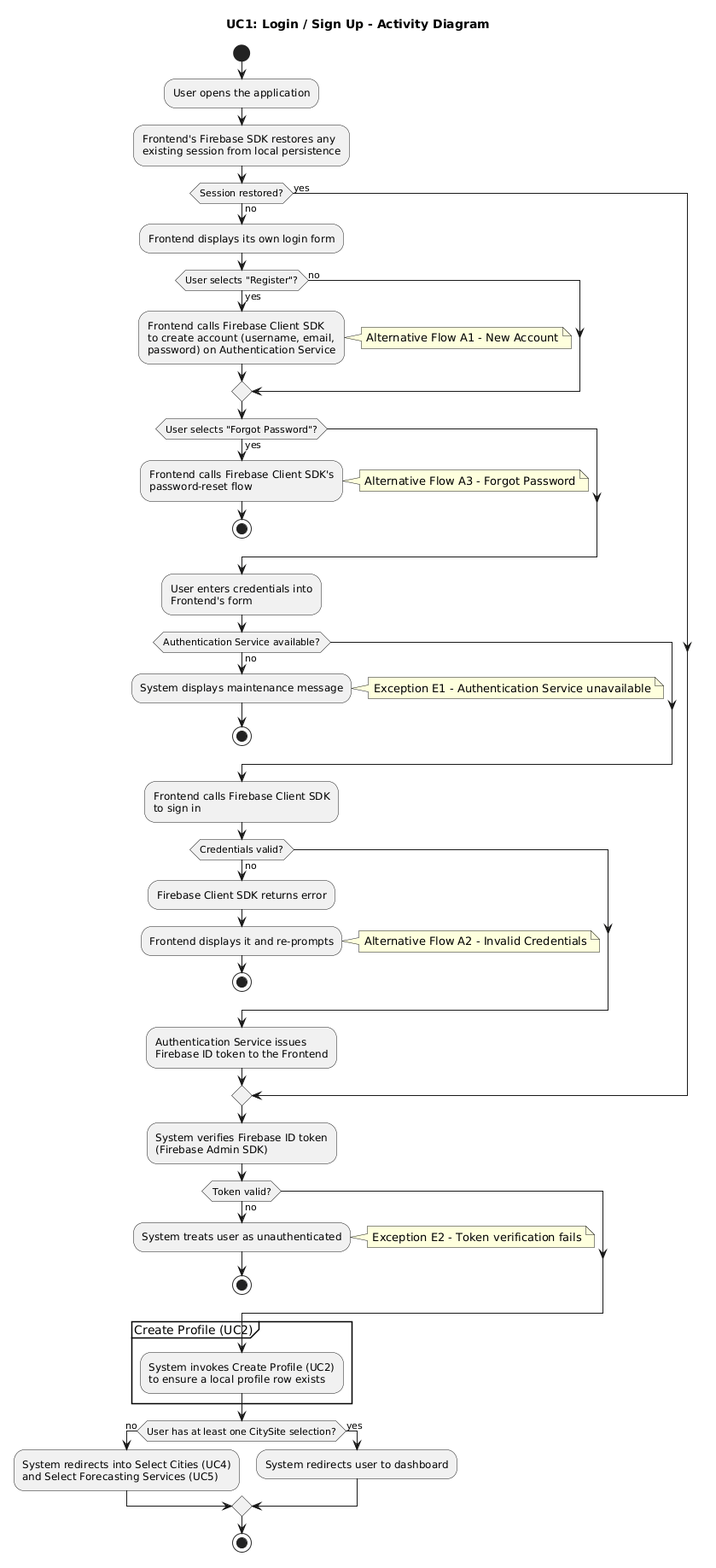
ManosMorf97/Weather-Forecasts-AI-Remastered keeps this PlantUML diagram as requirements/activity_diagrams/UC1_Login_SignUp.png. Above is the earlier version. Its diagram source:
```plantuml
@startuml
title UC1: Login / Sign Up - Activity Diagram

start
:User opens the application;
:Frontend's Firebase SDK restores any
existing session from local persistence;

if (Session restored?) then (yes)
else (no)
  :Frontend displays its own login form;

  if (User selects "Register"?) then (yes)
    :Frontend calls Firebase Client SDK
    to create account (username, email,
    password) on Authentication Service;
    note right: Alternative Flow A1 - New Account
  else (no)
  endif

  if (User selects "Forgot Password"?) then (yes)
    :Frontend calls Firebase Client SDK's
    password-reset flow;
    note right: Alternative Flow A3 - Forgot Password
    stop
  endif

  :User enters credentials into
  Frontend's form;

  if (Authentication Service available?) then (no)
    :System displays maintenance message;
    note right: Exception E1 - Authentication Service unavailable
    stop
  endif

  :Frontend calls Firebase Client SDK
  to sign in;

  if (Credentials valid?) then (no)
    :Firebase Client SDK returns error;
    :Frontend displays it and re-prompts;
    note right: Alternative Flow A2 - Invalid Credentials
    stop
  endif

  :Authentication Service issues
  Firebase ID token to the Frontend;
endif

:System verifies Firebase ID token
(Firebase Admin SDK);

if (Token valid?) then (no)
  :System treats user as unauthenticated;
  note right: Exception E2 - Token verification fails
  stop
endif

partition "Create Profile (UC2)" {
  :System invokes Create Profile (UC2)
  to ensure a local profile row exists;
}

if (User has at least one CitySite selection?) then (no)
  :System redirects into Select Cities (UC4)
  and Select Forecasting Services (UC5);
else (yes)
  :System redirects user to dashboard;
endif

stop
@enduml
```
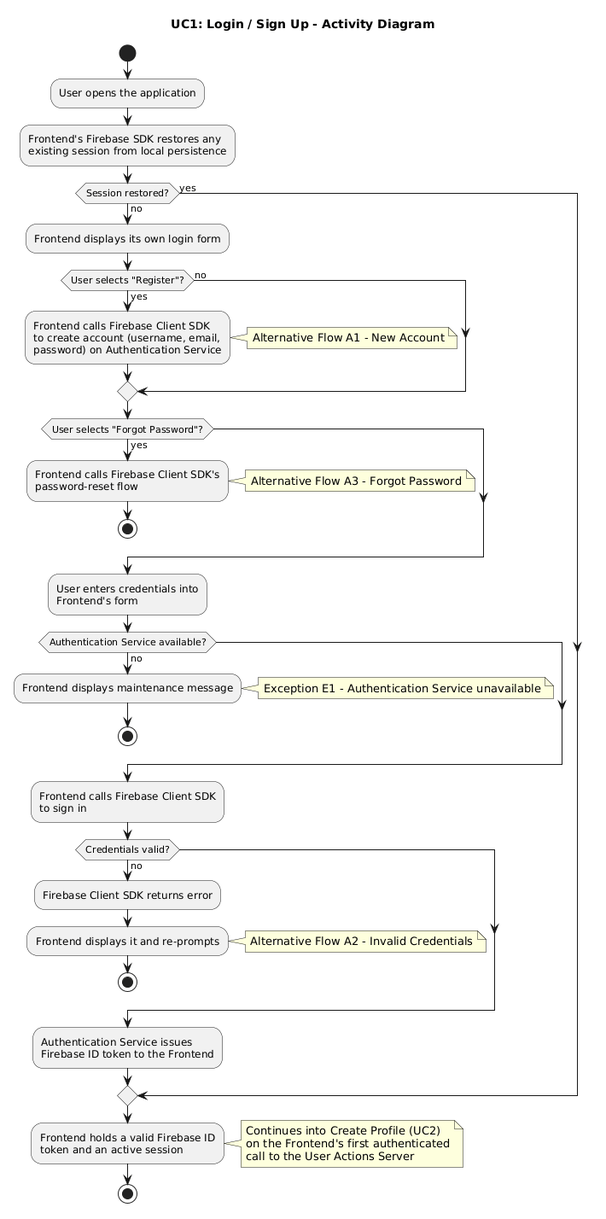
Later version of the same file.

The edit, as a diff of the source:
```diff
@@ -29,7 +29,7 @@
   Frontend's form;
 
   if (Authentication Service available?) then (no)
-    :System displays maintenance message;
+    :Frontend displays maintenance message;
     note right: Exception E1 - Authentication Service unavailable
     stop
   endif
@@ -48,26 +48,14 @@
   Firebase ID token to the Frontend;
 endif
 
-:System verifies Firebase ID token
-(Firebase Admin SDK);
+:Frontend holds a valid Firebase ID
+token and an active session;
 
-if (Token valid?) then (no)
-  :System treats user as unauthenticated;
-  note right: Exception E2 - Token verification fails
-  stop
-endif
-
-partition "Create Profile (UC2)" {
-  :System invokes Create Profile (UC2)
-  to ensure a local profile row exists;
-}
-
-if (User has at least one CitySite selection?) then (no)
-  :System redirects into Select Cities (UC4)
-  and Select Forecasting Services (UC5);
-else (yes)
-  :System redirects user to dashboard;
-endif
+note right
+  Continues into Create Profile (UC2)
+  on the Frontend's first authenticated
+  call to the User Actions Server
+end note
 
 stop
 @enduml
```
